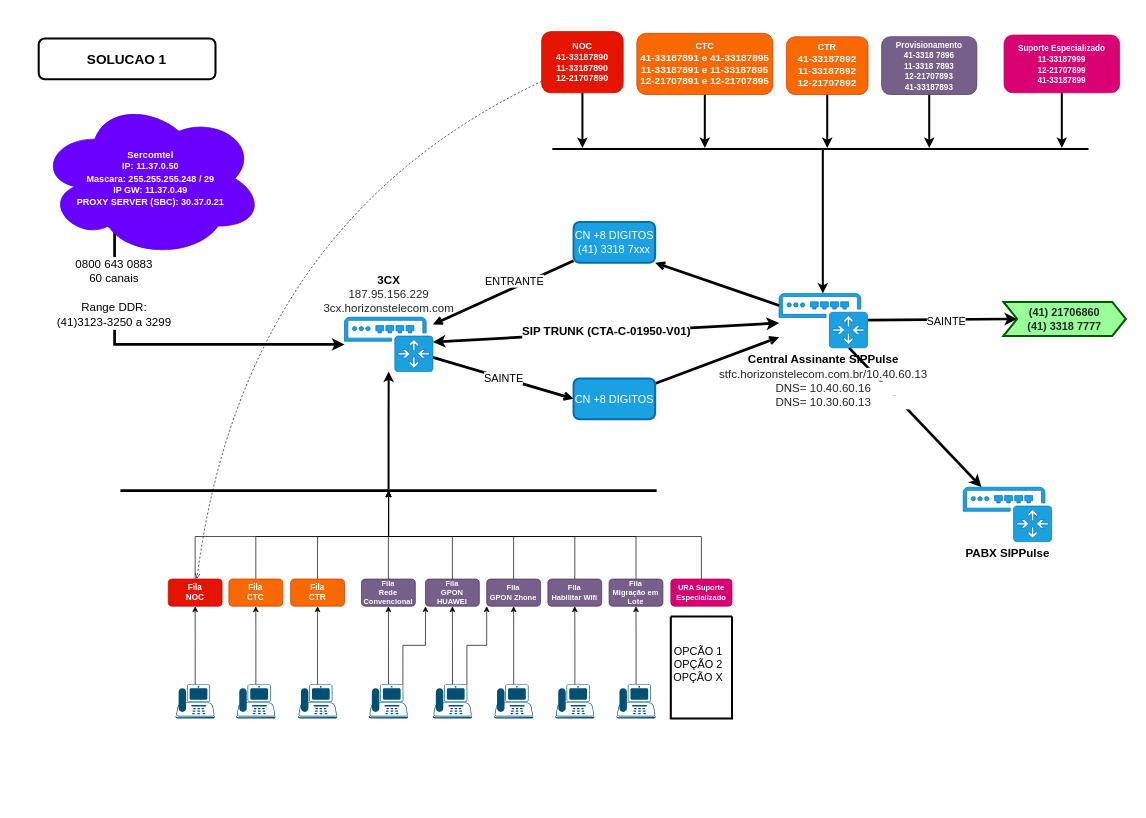
Earlier version of the draw.io diagram 3CX.drawio (anlugifa/drawio). Source tidied: cells renumbered, new cells numbered last; positions are measured from the earlier drawing's top-left corner, leaving out a move shared by most shapes. Both pictures are drawn from the tidied source at 68%, with x=0, y=0 at pixel (38, 31). Pictures stored in the file or linked from it are replaced by grey dashed boxes.
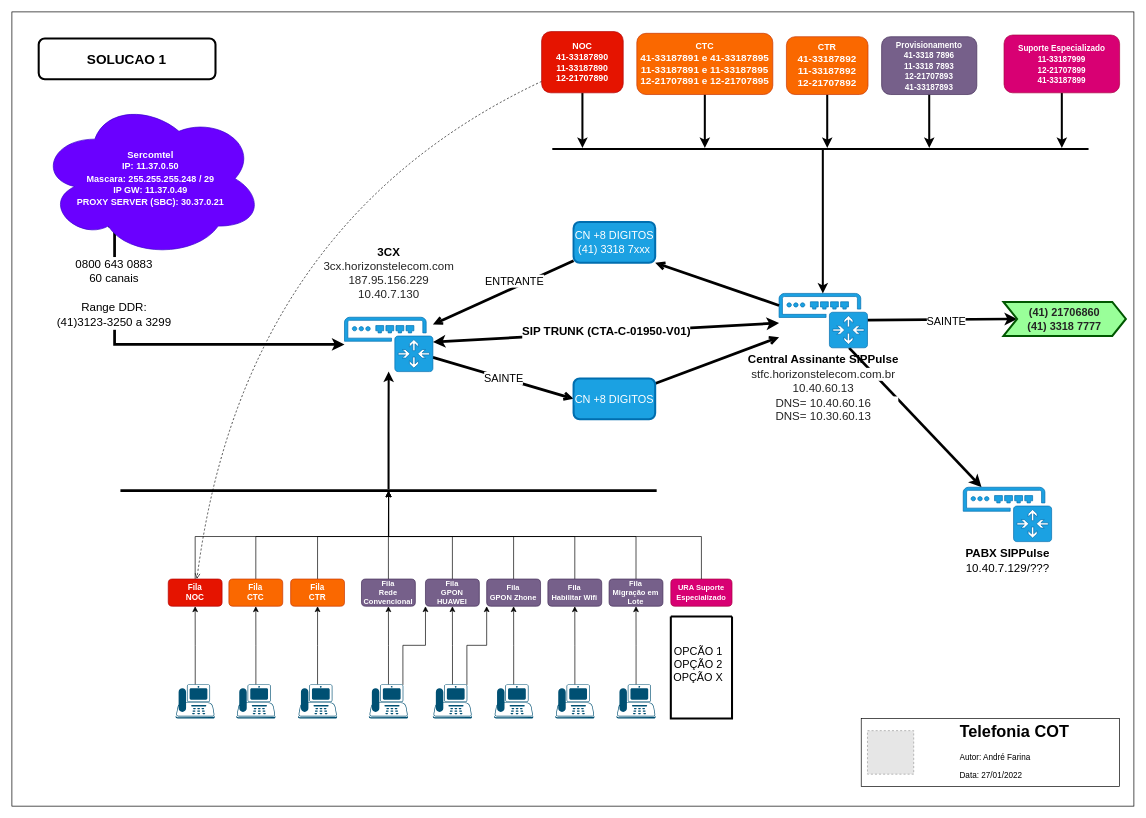
The same page after the edit.

Change to the diagram source:
```diff
@@
+    <mxCell id="75" style="rounded=0;whiteSpace=wrap;html=1;shadow=0;glass=0;perimeterSpacing=0;" parent="1" vertex="1">
+      <mxGeometry x="-39" y="-29" width="1650" height="1168" as="geometry" />
+    </mxCell>
@@
-    <mxCell id="7" value="&lt;font style=&quot;font-size: 17px&quot;&gt;&lt;span style=&quot;font-size: 17px&quot;&gt;&lt;font style=&quot;font-weight: bold ; font-size: 17px&quot; color=&quot;#000000&quot;&gt;3CX&lt;span style=&quot;background-color: rgb(248 , 249 , 250) ; font-size: 17px&quot;&gt;&lt;br style=&quot;font-size: 17px&quot;&gt;&lt;/span&gt;&lt;/font&gt;&lt;span style=&quot;color: rgb(36 , 36 , 36) ; background-color: rgb(255 , 255 , 255) ; font-size: 17px&quot;&gt;&lt;font style=&quot;font-size: 17px&quot;&gt;187.95.156.229&lt;br style=&quot;font-size: 17px&quot;&gt;&lt;/font&gt;&lt;/span&gt;&lt;span style=&quot;color: rgb(36 , 36 , 36) ; background-color: rgb(255 , 255 , 255) ; font-size: 17px&quot;&gt;3cx.horizonstelecom.com&lt;/span&gt;&lt;/span&gt;&lt;span style=&quot;color: rgb(36 , 36 , 36) ; background-color: rgb(255 , 255 , 255) ; font-size: 17px&quot;&gt;&lt;font style=&quot;font-size: 17px&quot;&gt;&lt;b style=&quot;font-size: 17px&quot;&gt;&lt;br style=&quot;font-size: 17px&quot;&gt;&lt;/b&gt;&lt;/font&gt;&lt;/span&gt;&lt;/font&gt;" style="sketch=0;shadow=0;dashed=0;html=1;strokeColor=#006EAF;fillColor=#1ba1e2;labelPosition=center;verticalLabelPosition=top;verticalAlign=bottom;outlineConnect=0;align=center;shape=mxgraph.office.devices.ip_pbx;fontColor=#ffffff;fontSize=17;" parent="1" vertex="1">
+    <mxCell id="7" value="&lt;font&gt;&lt;span style=&quot;font-size: 17px&quot;&gt;&lt;font style=&quot;font-weight: bold ; font-size: 17px&quot; color=&quot;#000000&quot;&gt;3CX&lt;br&gt;&lt;/font&gt;&lt;/span&gt;&lt;span style=&quot;font-size: 17px ; color: rgb(36 , 36 , 36) ; background-color: rgb(255 , 255 , 255)&quot;&gt;3cx.horizonstelecom.com&lt;/span&gt;&lt;font style=&quot;font-size: 17px ; font-weight: bold&quot; color=&quot;#000000&quot;&gt;&lt;span style=&quot;background-color: rgb(248 , 249 , 250) ; font-size: 17px&quot;&gt;&lt;br style=&quot;font-size: 17px&quot;&gt;&lt;/span&gt;&lt;/font&gt;&lt;span style=&quot;background-color: rgb(255 , 255 , 255)&quot;&gt;&lt;font&gt;&lt;font color=&quot;#242424&quot;&gt;187.95.156.229&lt;/font&gt;&lt;br&gt;&lt;font color=&quot;#242424&quot;&gt;10.40.7.130&lt;/font&gt;&lt;br style=&quot;font-size: 17px&quot;&gt;&lt;/font&gt;&lt;/span&gt;&lt;span style=&quot;font-size: 17px ; color: rgb(36 , 36 , 36) ; background-color: rgb(255 , 255 , 255)&quot;&gt;&lt;font style=&quot;font-size: 17px&quot;&gt;&lt;b style=&quot;font-size: 17px&quot;&gt;&lt;br style=&quot;font-size: 17px&quot;&gt;&lt;/b&gt;&lt;/font&gt;&lt;/span&gt;&lt;/font&gt;" style="sketch=0;shadow=0;dashed=0;html=1;strokeColor=#006EAF;fillColor=#1ba1e2;labelPosition=center;verticalLabelPosition=top;verticalAlign=bottom;outlineConnect=0;align=center;shape=mxgraph.office.devices.ip_pbx;fontColor=#ffffff;fontSize=17;" parent="1" vertex="1">
       <mxGeometry x="450.1" y="420" width="130" height="80" as="geometry" />
     </mxCell>
@@
-    <mxCell id="48" value="&lt;font style=&quot;font-size: 17px&quot;&gt;&lt;b&gt;&lt;font style=&quot;font-size: 17px&quot; color=&quot;#000000&quot;&gt;Central Assinante SIPPulse&lt;br&gt;&lt;/font&gt;&lt;/b&gt;&lt;span style=&quot;color: rgb(36 , 36 , 36) ; background-color: rgb(255 , 255 , 255)&quot;&gt;stfc.horizonstelecom.com.br/&lt;/span&gt;&lt;span style=&quot;color: rgb(36 , 36 , 36) ; background-color: rgb(255 , 255 , 255)&quot;&gt;10.40.60.13&lt;/span&gt;&lt;b&gt;&lt;font style=&quot;font-size: 17px&quot; color=&quot;#000000&quot;&gt;&lt;br&gt;&lt;/font&gt;&lt;/b&gt;&lt;/font&gt;&lt;p style=&quot;box-sizing: border-box ; margin: 0px ; color: rgb(36 , 36 , 36) ; background-color: rgb(255 , 255 , 255) ; font-size: 17px&quot;&gt;&lt;font style=&quot;font-size: 17px&quot;&gt;DNS= 10.40.60.16&lt;/font&gt;&lt;/p&gt;&lt;p style=&quot;box-sizing: border-box ; margin: 0px ; color: rgb(36 , 36 , 36) ; background-color: rgb(255 , 255 , 255) ; font-size: 17px&quot;&gt;&lt;font style=&quot;font-size: 17px&quot;&gt;DNS= 10.30.60.13&lt;/font&gt;&lt;/p&gt;" style="sketch=0;shadow=0;dashed=0;html=1;strokeColor=#006EAF;fillColor=#1ba1e2;labelPosition=center;verticalLabelPosition=bottom;verticalAlign=top;outlineConnect=0;align=center;shape=mxgraph.office.devices.ip_pbx;fontColor=#ffffff;fontSize=18;" parent="1" vertex="1">
+    <mxCell id="48" value="&lt;font style=&quot;font-size: 17px&quot;&gt;&lt;b&gt;&lt;font style=&quot;font-size: 17px&quot; color=&quot;#000000&quot;&gt;Central Assinante SIPPulse&lt;br&gt;&lt;/font&gt;&lt;/b&gt;&lt;span style=&quot;color: rgb(36 , 36 , 36) ; background-color: rgb(255 , 255 , 255)&quot;&gt;stfc.horizonstelecom.com.br&lt;br&gt;&lt;/span&gt;&lt;span style=&quot;color: rgb(36 , 36 , 36) ; background-color: rgb(255 , 255 , 255)&quot;&gt;10.40.60.13&lt;/span&gt;&lt;b&gt;&lt;font style=&quot;font-size: 17px&quot; color=&quot;#000000&quot;&gt;&lt;br&gt;&lt;/font&gt;&lt;/b&gt;&lt;/font&gt;&lt;p style=&quot;box-sizing: border-box ; margin: 0px ; color: rgb(36 , 36 , 36) ; background-color: rgb(255 , 255 , 255) ; font-size: 17px&quot;&gt;&lt;font style=&quot;font-size: 17px&quot;&gt;DNS= 10.40.60.16&lt;/font&gt;&lt;/p&gt;&lt;p style=&quot;box-sizing: border-box ; margin: 0px ; color: rgb(36 , 36 , 36) ; background-color: rgb(255 , 255 , 255) ; font-size: 17px&quot;&gt;&lt;font style=&quot;font-size: 17px&quot;&gt;DNS= 10.30.60.13&lt;/font&gt;&lt;/p&gt;" style="sketch=0;shadow=0;dashed=0;html=1;strokeColor=#006EAF;fillColor=#1ba1e2;labelPosition=center;verticalLabelPosition=bottom;verticalAlign=top;outlineConnect=0;align=center;shape=mxgraph.office.devices.ip_pbx;fontColor=#ffffff;fontSize=18;" parent="1" vertex="1">
       <mxGeometry x="1089.2" y="385" width="130" height="80" as="geometry" />
     </mxCell>
@@
-    <mxCell id="63" value="&lt;font color=&quot;#000000&quot;&gt;&lt;span style=&quot;font-size: 17px&quot;&gt;&lt;b&gt;PABX SIPPulse&lt;/b&gt;&lt;/span&gt;&lt;/font&gt;" style="sketch=0;shadow=0;dashed=0;html=1;strokeColor=#006EAF;fillColor=#1ba1e2;labelPosition=center;verticalLabelPosition=bottom;verticalAlign=top;outlineConnect=0;align=center;shape=mxgraph.office.devices.ip_pbx;fontColor=#ffffff;fontSize=18;" parent="1" vertex="1">
+    <mxCell id="63" value="&lt;font color=&quot;#000000&quot;&gt;&lt;b style=&quot;font-size: 17px&quot;&gt;PABX SIPPulse&lt;/b&gt;&lt;br&gt;&lt;span style=&quot;font-size: 17px&quot;&gt;10.40.7.129/???&lt;/span&gt;&lt;br&gt;&lt;/font&gt;" style="sketch=0;shadow=0;dashed=0;html=1;strokeColor=#006EAF;fillColor=#1ba1e2;labelPosition=center;verticalLabelPosition=bottom;verticalAlign=top;outlineConnect=0;align=center;shape=mxgraph.office.devices.ip_pbx;fontColor=#ffffff;fontSize=18;" parent="1" vertex="1">
       <mxGeometry x="1360" y="670" width="130" height="80" as="geometry" />
     </mxCell>
@@
+    <mxCell id="76" style="rounded=0;whiteSpace=wrap;html=1;shadow=0;glass=0;" parent="1" vertex="1">
+      <mxGeometry x="1210" y="1010" width="380" height="100" as="geometry" />
+    </mxCell>
+    <mxCell id="77" style="fillColor=#E6E6E6;strokeColor=#999999;dashed=1;verticalLabelPosition=bottom;labelBackgroundColor=default;verticalAlign=top;" parent="1" vertex="1">
+      <mxGeometry x="1219.2" y="1028" width="68" height="64" as="geometry" />
+    </mxCell>
+    <mxCell id="78" value="&lt;h1&gt;Telefonia COT&lt;/h1&gt;&lt;p&gt;Autor: André Farina&lt;/p&gt;&lt;p&gt;Data: 27/01/2022&lt;/p&gt;" style="text;html=1;strokeColor=none;fillColor=none;spacing=5;spacingTop=-20;whiteSpace=wrap;overflow=hidden;rounded=0;shadow=0;glass=0;" parent="1" vertex="1">
+      <mxGeometry x="1350" y="1010" width="230" height="100" as="geometry" />
+    </mxCell>
```
